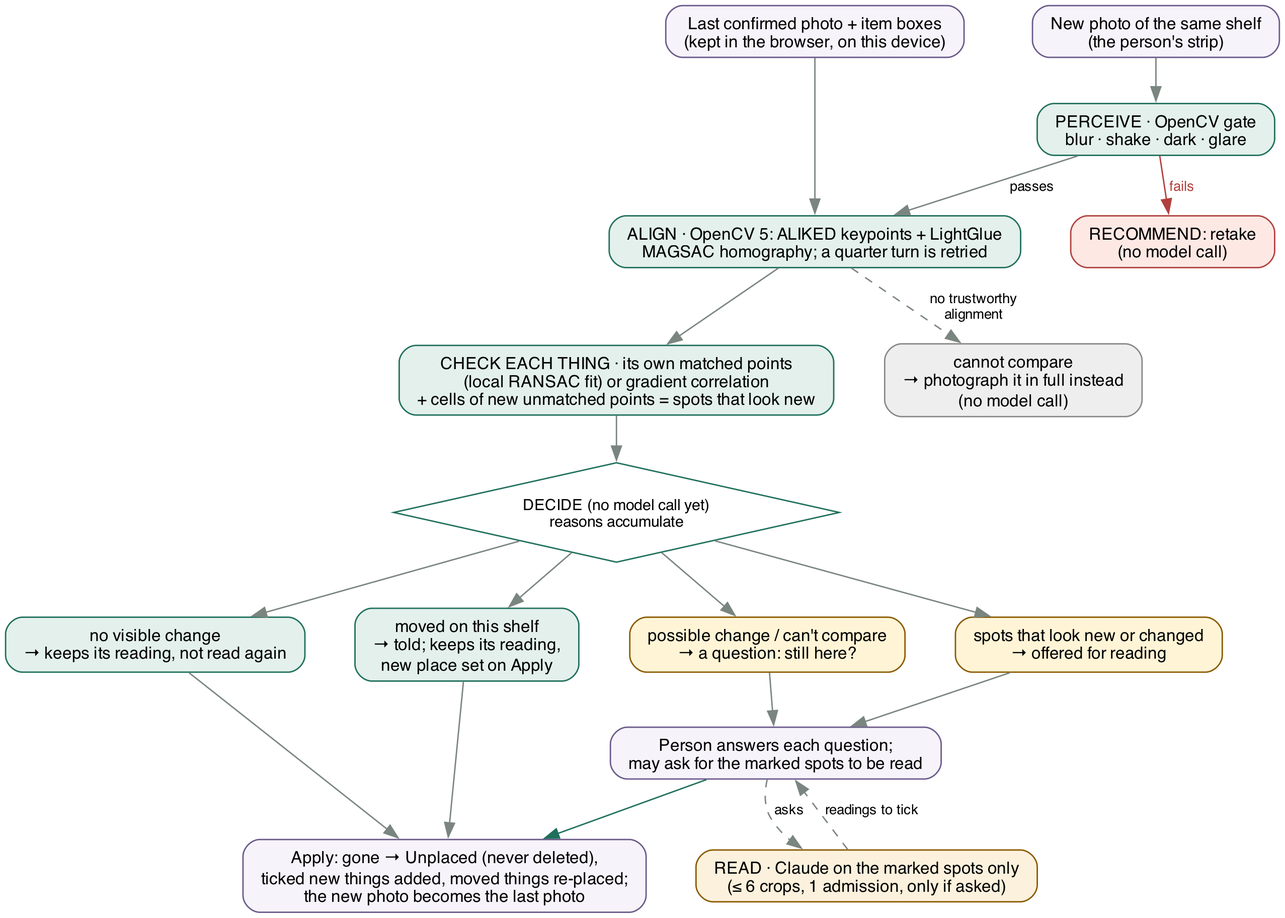
Before: docs/architecture/agent_loop_rescan.png, a diagram exported from Graphviz (juanpark/glass-pantry-opencv). Its source is kept beside it as docs/architecture/agent_loop_rescan.dot.
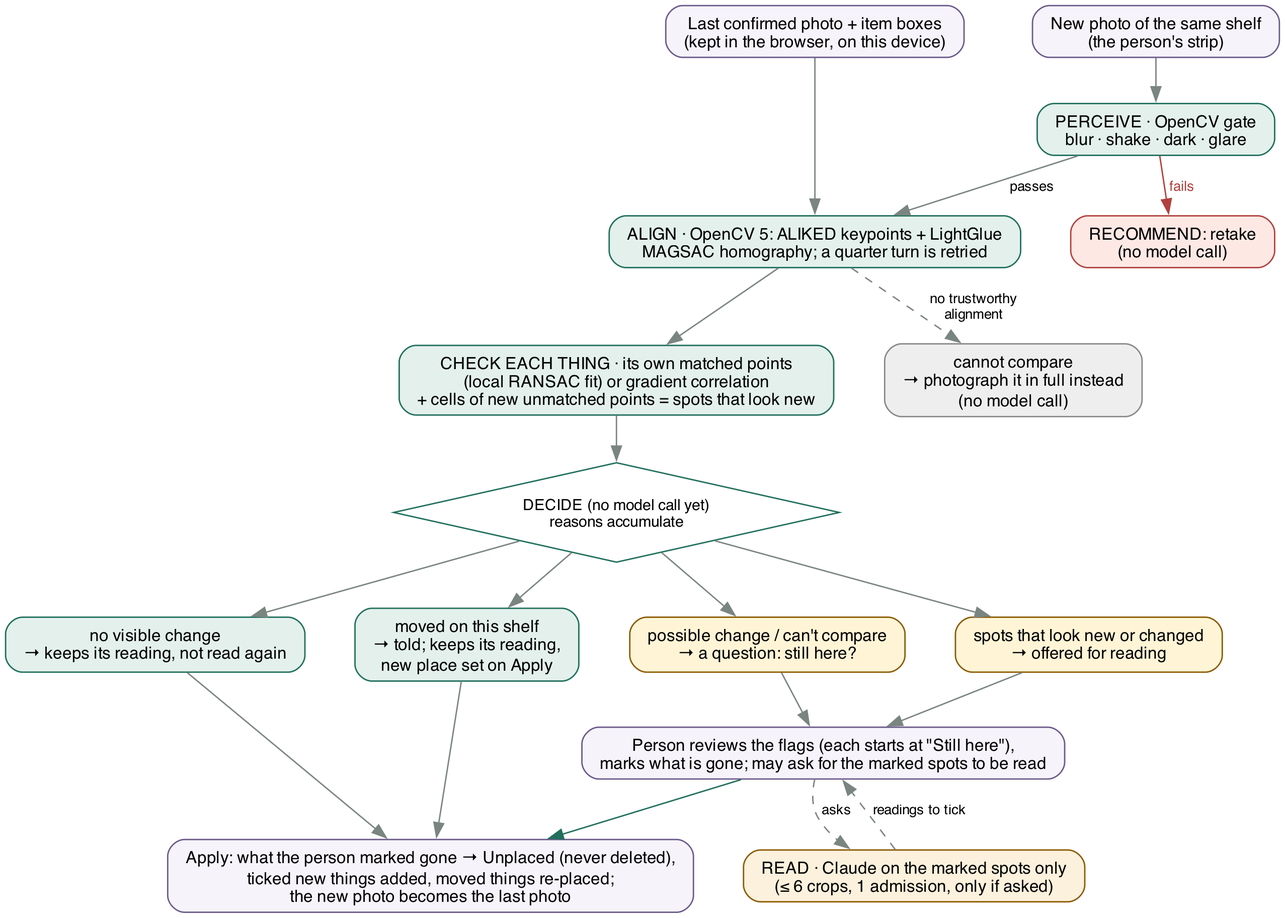
After the commit.

Commit message:
v7b R2 (Codex R1): trace 2 counts 8 candidate spots; flags start at Still here and Apply confirms; traces and logs scoped to what is recorded; Forget scope by reference

The edit, as a diff of the source:
```diff
@@ -15,9 +15,9 @@
   moved   [label="moved on this shelf\n→ told; keeps its reading,\nnew place set on Apply", fillcolor="#e3f0eb"];
   ask     [label="possible change / can't compare\n→ a question: still here?", fillcolor="#fff4d6", color="#8a5a00"];
   offer   [label="spots that look new or changed\n→ offered for reading", fillcolor="#fff4d6", color="#8a5a00"];
-  person  [label="Person answers each question;\nmay ask for the marked spots to be read", fillcolor="#f6f3fb", color="#6b5a8a"];
+  person  [label="Person reviews the flags (each starts at \"Still here\"),\nmarks what is gone; may ask for the marked spots to be read", fillcolor="#f6f3fb", color="#6b5a8a"];
   read    [label="READ · Claude on the marked spots only\n(≤ 6 crops, 1 admission, only if asked)", fillcolor="#fbf1dc", color="#8a5a00"];
-  apply   [label="Apply: gone → Unplaced (never deleted),\nticked new things added, moved things re-placed;\nthe new photo becomes the last photo", fillcolor="#f6f3fb", color="#6b5a8a"];
+  apply   [label="Apply: what the person marked gone → Unplaced (never deleted),\nticked new things added, moved things re-placed;\nthe new photo becomes the last photo", fillcolor="#f6f3fb", color="#6b5a8a"];
 
   last -> align; photo -> gate;
   gate -> retake [label=" fails", color="#b0413e", fontcolor="#b0413e"];
```
